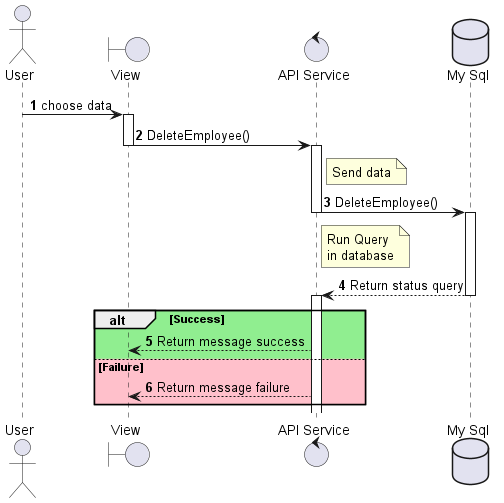
This is out/sequenceDiagram_Employee_delete/sequenceDiagram_Employee_delete.png from Fitranda/Diagram, a PlantUML export, as it was before one commit.
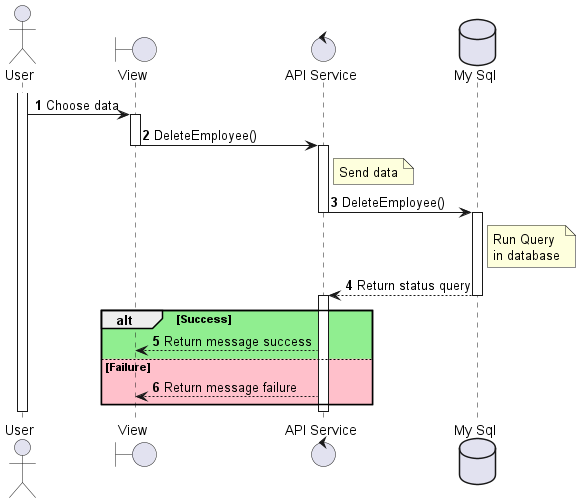
The same diagram one commit later.

The edit, as a diff of the source:
```diff
@@ -5,15 +5,25 @@
 database "My Sql" as DB
 
 autonumber
-User -> View --++ : choose data
-View -> APIService --++ : DeleteEmployee()
+activate User
+User -> View : Choose data
+activate View
+View -> APIService : DeleteEmployee()
+deactivate View
+activate APIService
 note right of APIService: Send data
-APIService -> DB --++ : DeleteEmployee()
-note right of APIService: Run Query\nin database
-DB --> APIService --++ : Return status query
-alt #LightGreen  Success
-    APIService --> View  : Return message success
+APIService -> DB : DeleteEmployee()
+deactivate APIService
+activate DB
+note right of DB: Run Query\nin database
+DB --> APIService : Return status query
+deactivate DB
+activate APIService
+alt #LightGreen Success
+    APIService --> View : Return message success
 else #Pink Failure
-    APIService --> View  : Return message failure
+    APIService --> View : Return message failure
 end
+deactivate APIService
+deactivate User
 @enduml
```
